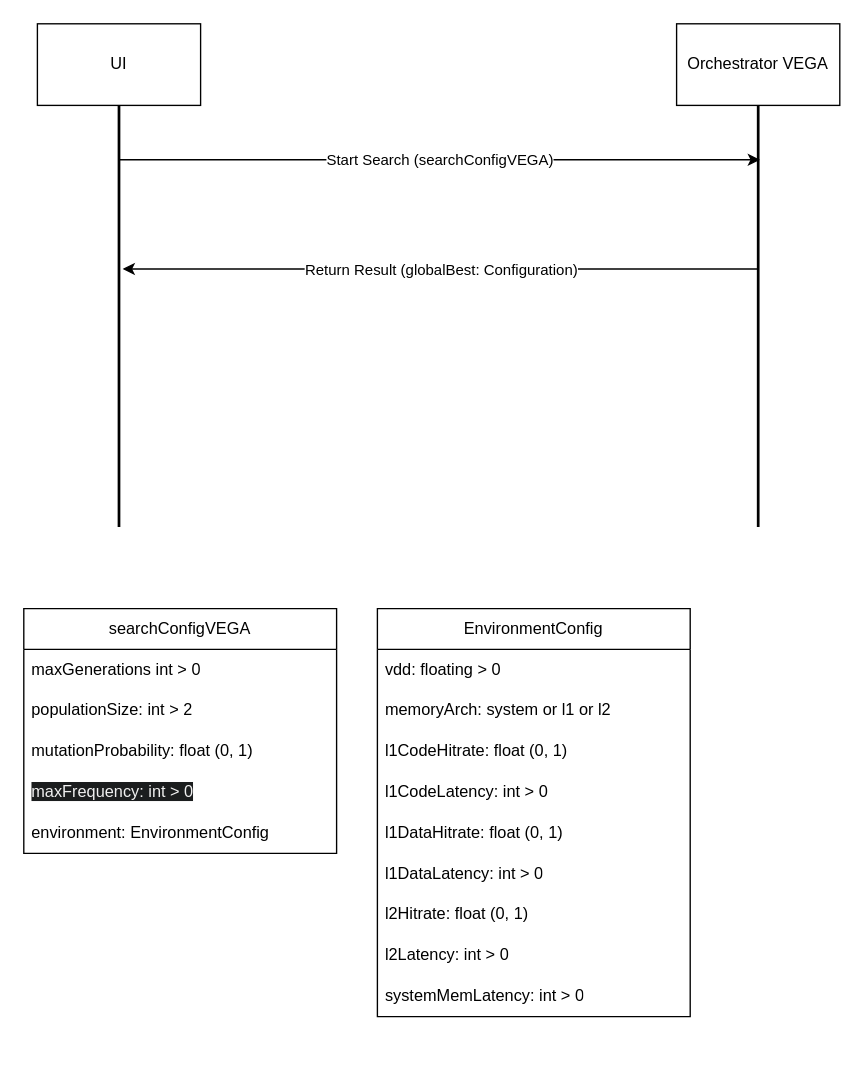
Earlier version of the draw.io diagram page "VEGA" (2 of 2) of scheme/UI-Orchestrator.drawio (R-a-d-u/PSATSimSimulation). Source tidied: cells renumbered, new cells numbered last; positions are measured from the earlier drawing's top-left corner, leaving out a move shared by most shapes. Both pictures are drawn from the tidied source at 136%, with x=0, y=0 at pixel (23, 23).
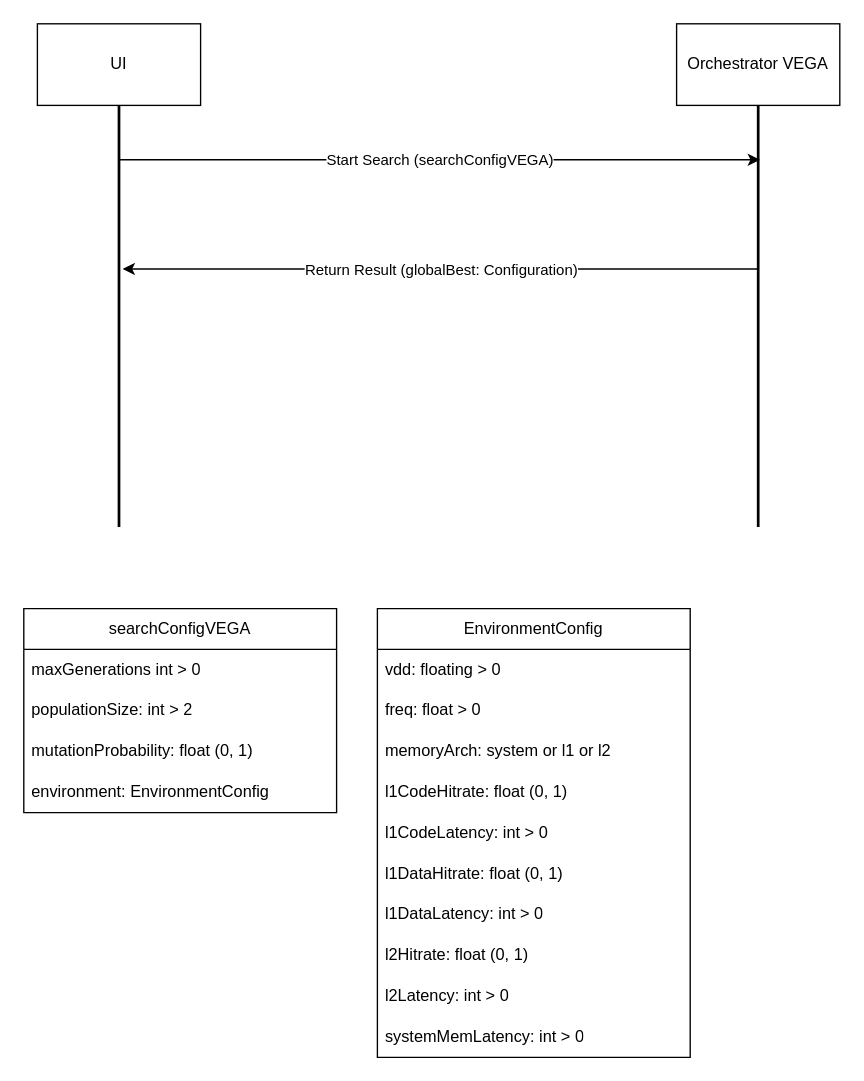
The same page after the edit.

Diff of the diagram source:
```diff
@@
     <mxCell id="10" value="searchConfigVEGA" style="swimlane;fontStyle=0;horizontal=1;startSize=30;whiteSpace=wrap;html=1;" parent="1" vertex="1">
-      <mxGeometry y="430" width="230" height="180" as="geometry" />
+      <mxGeometry y="430" width="230" height="150" as="geometry" />
     </mxCell>
@@
-    <mxCell id="14" value="&lt;span style=&quot;color: rgb(240, 240, 240); font-family: Helvetica; font-size: 12px; font-style: normal; font-variant-ligatures: normal; font-variant-caps: normal; font-weight: 400; letter-spacing: normal; orphans: 2; text-align: left; text-indent: 0px; text-transform: none; widows: 2; word-spacing: 0px; -webkit-text-stroke-width: 0px; white-space: normal; background-color: rgb(27, 29, 30); text-decoration-thickness: initial; text-decoration-style: initial; text-decoration-color: initial; display: inline !important; float: none;&quot;&gt;maxFrequency: int &amp;gt; 0&lt;/span&gt;" style="text;strokeColor=none;fillColor=none;align=left;verticalAlign=middle;spacingLeft=4;spacingRight=4;overflow=hidden;whiteSpace=wrap;html=1;" parent="10" vertex="1">
-      <mxGeometry y="120" width="230" height="30" as="geometry" />
-    </mxCell>
     <mxCell id="15" value="environment: EnvironmentConfig" style="text;strokeColor=none;fillColor=none;align=left;verticalAlign=middle;spacingLeft=4;spacingRight=4;overflow=hidden;whiteSpace=wrap;html=1;" parent="10" vertex="1">
-      <mxGeometry y="150" width="230" height="30" as="geometry" />
+      <mxGeometry y="120" width="230" height="30" as="geometry" />
     </mxCell>
     <mxCell id="16" value="EnvironmentConfig" style="swimlane;fontStyle=0;horizontal=1;startSize=30;whiteSpace=wrap;html=1;" parent="1" vertex="1">
-      <mxGeometry x="260" y="430" width="230" height="300" as="geometry" />
+      <mxGeometry x="260" y="430" width="230" height="330" as="geometry" />
     </mxCell>
@@
+    <mxCell id="26" value="freq: float &amp;gt; 0" style="text;strokeColor=none;fillColor=none;align=left;verticalAlign=middle;spacingLeft=4;spacingRight=4;overflow=hidden;whiteSpace=wrap;html=1;" parent="16" vertex="1">
+      <mxGeometry y="60" width="230" height="30" as="geometry" />
+    </mxCell>
     <mxCell id="18" value="memoryArch: system or l1 or l2" style="text;strokeColor=none;fillColor=none;align=left;verticalAlign=middle;spacingLeft=4;spacingRight=4;overflow=hidden;whiteSpace=wrap;html=1;" parent="16" vertex="1">
-      <mxGeometry y="60" width="230" height="30" as="geometry" />
+      <mxGeometry y="90" width="230" height="30" as="geometry" />
     </mxCell>
     <mxCell id="19" value="l1CodeHitrate: float (0, 1)" style="text;strokeColor=none;fillColor=none;align=left;verticalAlign=middle;spacingLeft=4;spacingRight=4;overflow=hidden;whiteSpace=wrap;html=1;" parent="16" vertex="1">
-      <mxGeometry y="90" width="230" height="30" as="geometry" />
+      <mxGeometry y="120" width="230" height="30" as="geometry" />
     </mxCell>
     <mxCell id="20" value="l1CodeLatency: int &amp;gt; 0" style="text;strokeColor=none;fillColor=none;align=left;verticalAlign=middle;spacingLeft=4;spacingRight=4;overflow=hidden;whiteSpace=wrap;html=1;" parent="16" vertex="1">
-      <mxGeometry y="120" width="230" height="30" as="geometry" />
+      <mxGeometry y="150" width="230" height="30" as="geometry" />
     </mxCell>
     <mxCell id="21" value="l1DataHitrate: float (0, 1)" style="text;strokeColor=none;fillColor=none;align=left;verticalAlign=middle;spacingLeft=4;spacingRight=4;overflow=hidden;whiteSpace=wrap;html=1;" parent="16" vertex="1">
-      <mxGeometry y="150" width="230" height="30" as="geometry" />
+      <mxGeometry y="180" width="230" height="30" as="geometry" />
     </mxCell>
     <mxCell id="22" value="l1DataLatency: int &amp;gt; 0" style="text;strokeColor=none;fillColor=none;align=left;verticalAlign=middle;spacingLeft=4;spacingRight=4;overflow=hidden;whiteSpace=wrap;html=1;" parent="16" vertex="1">
-      <mxGeometry y="180" width="230" height="30" as="geometry" />
+      <mxGeometry y="210" width="230" height="30" as="geometry" />
     </mxCell>
     <mxCell id="23" value="l2Hitrate: float (0, 1)" style="text;strokeColor=none;fillColor=none;align=left;verticalAlign=middle;spacingLeft=4;spacingRight=4;overflow=hidden;whiteSpace=wrap;html=1;" parent="16" vertex="1">
-      <mxGeometry y="210" width="230" height="30" as="geometry" />
+      <mxGeometry y="240" width="230" height="30" as="geometry" />
     </mxCell>
     <mxCell id="24" value="l2Latency: int &amp;gt; 0" style="text;strokeColor=none;fillColor=none;align=left;verticalAlign=middle;spacingLeft=4;spacingRight=4;overflow=hidden;whiteSpace=wrap;html=1;" parent="16" vertex="1">
-      <mxGeometry y="240" width="230" height="30" as="geometry" />
+      <mxGeometry y="270" width="230" height="30" as="geometry" />
     </mxCell>
     <mxCell id="25" value="systemMemLatency: int &amp;gt; 0" style="text;strokeColor=none;fillColor=none;align=left;verticalAlign=middle;spacingLeft=4;spacingRight=4;overflow=hidden;whiteSpace=wrap;html=1;" parent="16" vertex="1">
-      <mxGeometry y="270" width="230" height="30" as="geometry" />
+      <mxGeometry y="300" width="230" height="30" as="geometry" />
     </mxCell>
```
